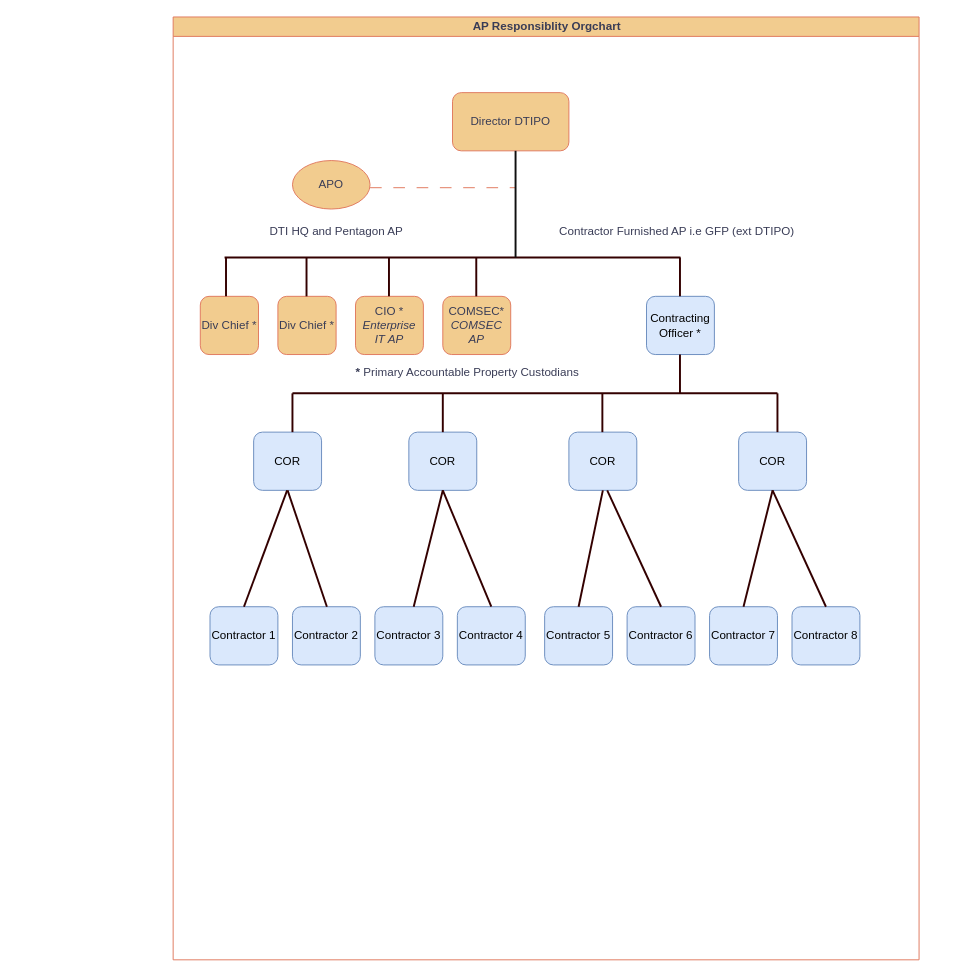
Before: AP ORG flow.drawio in moondog69/drawings, a draw.io diagram. Source tidied: cells renumbered, new cells numbered last; positions are measured from the earlier drawing's top-left corner, leaving out a move shared by most shapes. Both pictures are drawn from the tidied source at 97%, with x=0, y=0 at pixel (16, 16).
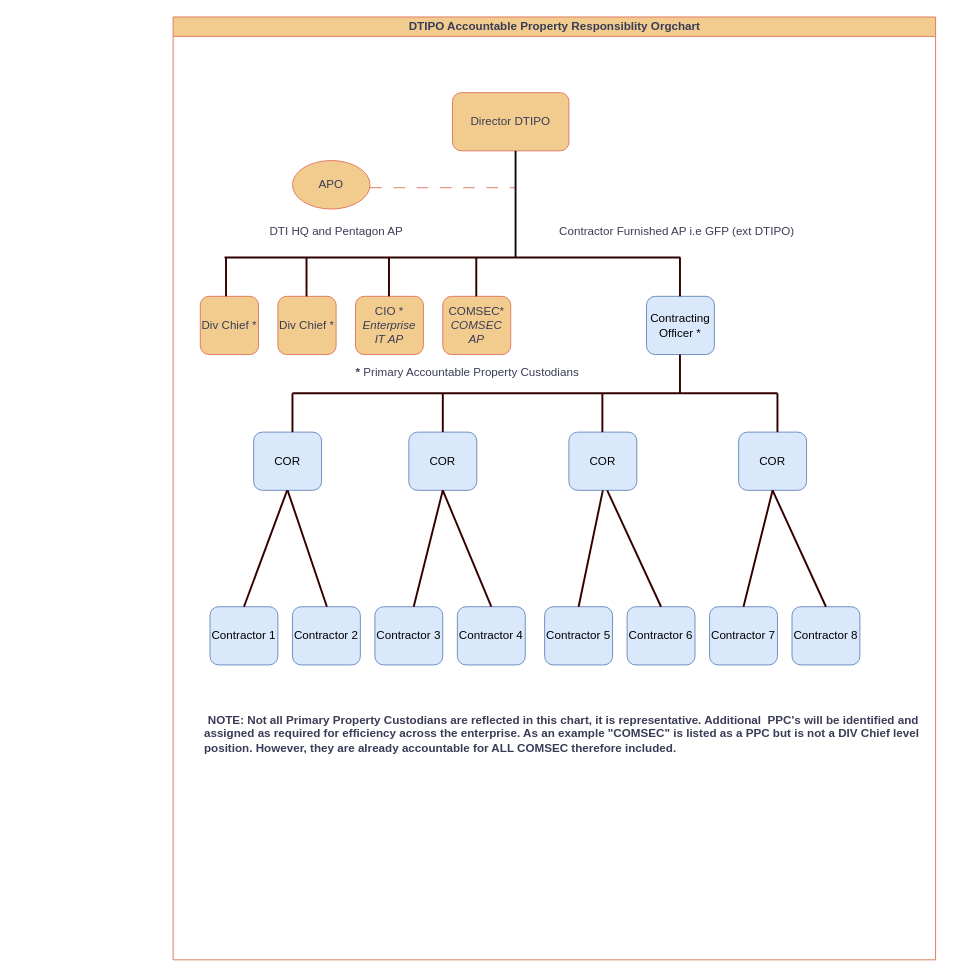
After the change.

The edit, as a diff of the source:
```diff
@@
-    <mxCell id="2" value="AP Responsiblity Orgchart" style="swimlane;html=1;startSize=20;horizontal=1;containerType=tree;glass=0;labelBackgroundColor=none;fillColor=#F2CC8F;strokeColor=#E07A5F;fontColor=#393C56;" parent="1" vertex="1">
-      <mxGeometry x="161" width="769" height="972" as="geometry" />
+    <mxCell id="2" value="DTIPO Accountable Property Responsiblity Orgchart" style="swimlane;html=1;startSize=20;horizontal=1;containerType=tree;glass=0;labelBackgroundColor=none;fillColor=#F2CC8F;strokeColor=#E07A5F;fontColor=#393C56;" parent="1" vertex="1">
+      <mxGeometry x="161" width="786" height="972" as="geometry" />
     </mxCell>
@@
+    <mxCell id="47" value="&lt;b&gt;NOTE: Not all Primary Property Custodians are reflected in this chart, it is representative. Additional&amp;nbsp; PPC's will be identified and&lt;br&gt;&lt;div style=&quot;text-align: left;&quot;&gt;&lt;b style=&quot;background-color: initial;&quot;&gt;assigned as required for efficiency across the enterprise. As an example &quot;COMSEC&quot; is listed as a PPC but is not a DIV Chief level&amp;nbsp;&lt;/b&gt;&lt;/div&gt;&lt;div style=&quot;text-align: left;&quot;&gt;&lt;b style=&quot;background-color: initial;&quot;&gt;position.&amp;nbsp;&lt;/b&gt;&lt;b style=&quot;background-color: initial;&quot;&gt;However, they are already accountable for ALL COMSEC therefore included.&lt;/b&gt;&lt;/div&gt;&lt;/b&gt;" style="text;html=1;align=center;verticalAlign=middle;strokeColor=none;fillColor=none;fontColor=#393C56;" parent="2" vertex="1">
+      <mxGeometry x="22" y="711" width="759" height="55" as="geometry" />
+    </mxCell>
```
